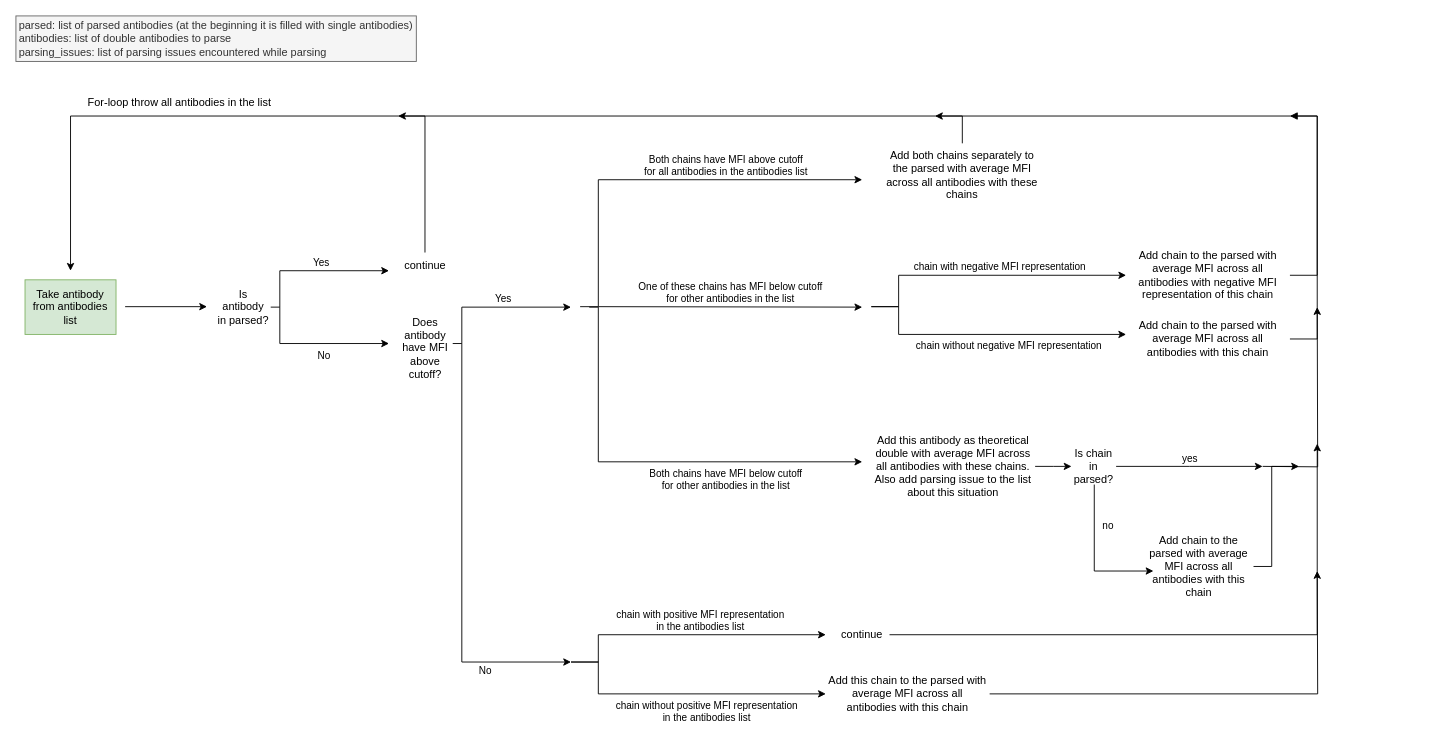
mild-blue/txmatching keeps this draw.io diagram as documentation/double_antibodies_parsing/double_antibodies_parsing_algorithm.drawio. Above is the earlier version. Source tidied: cells renumbered, new cells numbered last; positions are measured from the earlier drawing's top-left corner, leaving out a move shared by most shapes. Both pictures are drawn from the tidied source at 91%, with x=0, y=0 at pixel (15, 15).
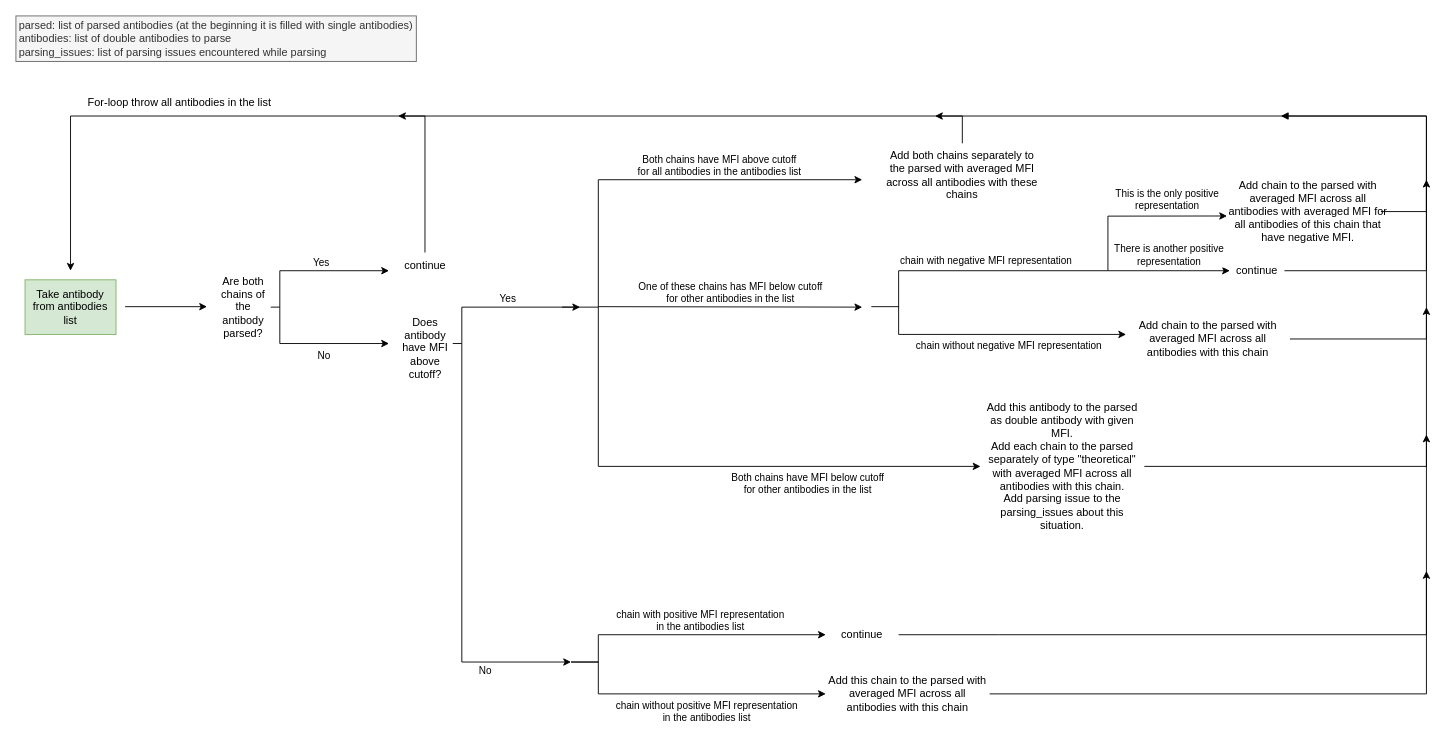
The same page after the edit.

Commit message (it also covers changes not shown here):
fix: documentation algorithm logic

Change to the diagram source:
```diff
@@
-    <mxCell id="6" value="Is antibody in parsed?" style="text;strokeColor=none;align=center;fillColor=none;html=1;verticalAlign=middle;whiteSpace=wrap;rounded=0;" parent="1" vertex="1">
+    <mxCell id="6" value="Are both chains of the antibody parsed?" style="text;strokeColor=none;align=center;fillColor=none;html=1;verticalAlign=middle;whiteSpace=wrap;rounded=0;" parent="1" vertex="1">
       <mxGeometry x="220" y="305" width="60" height="30" as="geometry" />
     </mxCell>
@@
     <mxCell id="11" value="Yes" style="endArrow=classic;html=1;rounded=0;edgeStyle=elbowEdgeStyle;exitX=1;exitY=0.5;exitDx=0;exitDy=0;align=left;verticalAlign=bottom;" parent="1" edge="1">
       <mxGeometry relative="1" as="geometry">
         <mxPoint x="480" y="360" as="sourcePoint" />
-        <mxPoint x="610" y="320" as="targetPoint" />
+        <mxPoint x="620" y="320" as="targetPoint" />
         <Array as="points">
           <mxPoint x="490" y="340" />
         </Array>
       </mxGeometry>
     </mxCell>
@@
     <mxCell id="13" value="Both chains have MFI above cutoff&lt;br&gt;for all antibodies in the antibodies list" style="edgeStyle=elbowEdgeStyle;orthogonalLoop=1;jettySize=auto;html=1;rounded=0;align=center;verticalAlign=bottom;" parent="1" edge="1">
       <mxGeometry x="0.33" relative="1" as="geometry">
-        <mxPoint x="620" y="319.5" as="sourcePoint" />
+        <mxPoint x="600" y="320" as="sourcePoint" />
         <mxPoint x="930" y="180" as="targetPoint" />
         <Array as="points">
           <mxPoint x="640" y="280" />
         </Array>
       </mxGeometry>
     </mxCell>
@@
-    <mxCell id="15" value="Both chains have MFI below cutoff&lt;br&gt;for other antibodies in the list" style="edgeStyle=elbowEdgeStyle;orthogonalLoop=1;jettySize=auto;html=1;rounded=0;align=center;verticalAlign=top;" parent="1" edge="1">
+    <mxCell id="15" value="Both chains have MFI below cutoff&lt;br&gt;for other antibodies in the list" style="edgeStyle=elbowEdgeStyle;jettySize=auto;html=1;rounded=0;align=center;verticalAlign=top;entryX=0;entryY=0.5;entryDx=0;entryDy=0;" parent="1" edge="1" target="26">
       <mxGeometry x="0.36" relative="1" as="geometry">
-        <mxPoint x="630" y="320" as="sourcePoint" />
-        <mxPoint x="930" y="490" as="targetPoint" />
+        <mxPoint x="640" y="320" as="sourcePoint" />
         <Array as="points">
           <mxPoint x="640" y="380" />
         </Array>
       </mxGeometry>
     </mxCell>
@@
-    <mxCell id="17" value="Add both chains separately to the parsed with average MFI across all antibodies with these chains" style="text;strokeColor=none;align=center;fillColor=none;html=1;verticalAlign=middle;whiteSpace=wrap;rounded=0;" parent="1" vertex="1">
+    <mxCell id="17" value="Add both chains separately to the parsed with averaged MFI across all antibodies with these chains" style="text;strokeColor=none;align=center;fillColor=none;html=1;verticalAlign=middle;whiteSpace=wrap;rounded=0;" parent="1" vertex="1">
       <mxGeometry x="950" y="150" width="180" height="50" as="geometry" />
     </mxCell>
-    <mxCell id="18" value="chain with negative MFI representation" style="edgeStyle=elbowEdgeStyle;jettySize=auto;html=1;rounded=0;align=center;verticalAlign=bottom;entryX=0;entryY=0.5;entryDx=0;entryDy=0;" parent="1" edge="1" target="23">
-      <mxGeometry x="0.11" relative="1" as="geometry">
-        <mxPoint x="940" y="319.5" as="sourcePoint" />
-        <Array as="points">
-          <mxPoint x="970" y="300" />
-        </Array>
-      </mxGeometry>
-    </mxCell>
     <mxCell id="19" style="edgeStyle=elbowEdgeStyle;rounded=0;jettySize=auto;html=1;endArrow=classic;endFill=1;exitX=1;exitY=0.5;exitDx=0;exitDy=0;" parent="1" edge="1" source="20">
       <mxGeometry relative="1" as="geometry">
         <mxPoint x="1010" y="110" as="targetPoint" />
         <Array as="points">
+          <mxPoint x="1550" y="250" />
           <mxPoint x="1430" y="180" />
         </Array>
       </mxGeometry>
     </mxCell>
-    <mxCell id="20" value="Add chain to the parsed with average MFI across all antibodies with this chain" style="text;strokeColor=none;align=center;fillColor=none;html=1;verticalAlign=middle;whiteSpace=wrap;rounded=0;" parent="1" vertex="1">
+    <mxCell id="20" value="Add chain to the parsed with averaged MFI across all antibodies with this chain" style="text;strokeColor=none;align=center;fillColor=none;html=1;verticalAlign=middle;whiteSpace=wrap;rounded=0;" parent="1" vertex="1">
       <mxGeometry x="1220" y="330" width="180" height="50" as="geometry" />
     </mxCell>
@@
-    <mxCell id="22" style="edgeStyle=elbowEdgeStyle;rounded=0;jettySize=auto;html=1;exitX=1;exitY=0.5;exitDx=0;exitDy=0;endArrow=block;endFill=1;" parent="1" edge="1" source="23">
+    <mxCell id="22" style="edgeStyle=elbowEdgeStyle;rounded=0;orthogonalLoop=1;jettySize=auto;html=1;endArrow=block;endFill=1;" parent="1" edge="1">
       <mxGeometry relative="1" as="geometry">
-        <mxPoint x="1400" y="110" as="targetPoint" />
+        <mxPoint x="1500" y="215" as="sourcePoint" />
+        <mxPoint x="1390" y="110" as="targetPoint" />
         <Array as="points">
-          <mxPoint x="1430" y="250" />
+          <mxPoint x="1550" y="140" />
+          <mxPoint x="1430" y="180" />
         </Array>
       </mxGeometry>
     </mxCell>
-    <mxCell id="23" value="Add chain to the parsed with average MFI across all antibodies with negative MFI representation of this chain" style="text;strokeColor=none;align=center;fillColor=none;html=1;verticalAlign=middle;whiteSpace=wrap;rounded=0;" parent="1" vertex="1">
-      <mxGeometry x="1220" y="260" width="180" height="50" as="geometry" />
+    <mxCell id="23" value="Add chain to the parsed with averaged MFI across all antibodies with averaged MFI for all antibodies of this chain that have negative MFI." style="text;strokeColor=none;align=center;fillColor=none;html=1;verticalAlign=middle;whiteSpace=wrap;rounded=0;" parent="1" vertex="1">
+      <mxGeometry x="1330" y="190" width="180" height="50" as="geometry" />
     </mxCell>
-    <mxCell id="24" style="edgeStyle=orthogonalEdgeStyle;rounded=0;orthogonalLoop=1;jettySize=auto;html=1;endArrow=classic;endFill=1;" parent="1" edge="1">
+    <mxCell id="24" style="edgeStyle=orthogonalEdgeStyle;rounded=0;jettySize=auto;html=1;endArrow=classic;endFill=1;exitX=1;exitY=0.5;exitDx=0;exitDy=0;" parent="1" edge="1" source="26">
       <mxGeometry relative="1" as="geometry">
-        <mxPoint x="1370" y="495" as="sourcePoint" />
-        <mxPoint x="1430" y="320" as="targetPoint" />
+        <mxPoint x="1550" y="320" as="targetPoint" />
+        <Array as="points">
+          <mxPoint x="1550" y="495" />
+          <mxPoint x="1550" y="320" />
+        </Array>
       </mxGeometry>
     </mxCell>
-    <mxCell id="25" style="edgeStyle=orthogonalEdgeStyle;rounded=0;jettySize=auto;html=1;exitX=1;exitY=0.5;exitDx=0;exitDy=0;" parent="1" edge="1" source="26">
-      <mxGeometry relative="1" as="geometry">
-        <mxPoint x="1160" y="495" as="targetPoint" />
-      </mxGeometry>
-    </mxCell>
-    <mxCell id="26" value="Add this antibody as theoretical double with average MFI across all antibodies with these chains.&lt;br&gt;Also add parsing issue to the list about this situation" style="text;strokeColor=none;align=center;fillColor=none;html=1;verticalAlign=middle;whiteSpace=wrap;rounded=0;" parent="1" vertex="1">
-      <mxGeometry x="940" y="460" width="180" height="70" as="geometry" />
+    <mxCell id="26" value="Add this antibody to the parsed as double antibody with given MFI.&lt;br&gt;Add each chain to the parsed separately of type &quot;theoretical&quot; with averaged MFI across all antibodies with this chain.&lt;br&gt;Add parsing issue to the parsing_issues about this situation." style="text;strokeColor=none;align=center;fillColor=none;html=1;verticalAlign=middle;whiteSpace=wrap;rounded=0;" parent="1" vertex="1">
+      <mxGeometry x="1060" y="460" width="180" height="70" as="geometry" />
     </mxCell>
@@
     <mxCell id="29" style="edgeStyle=orthogonalEdgeStyle;rounded=0;orthogonalLoop=1;jettySize=auto;html=1;" parent="1" edge="1">
       <mxGeometry relative="1" as="geometry">
-        <mxPoint x="960" y="680" as="sourcePoint" />
-        <mxPoint x="1430" y="470" as="targetPoint" />
+        <mxPoint x="970" y="680" as="sourcePoint" />
+        <mxPoint x="1550" y="460" as="targetPoint" />
         <Array as="points">
-          <mxPoint x="1430" y="680" />
+          <mxPoint x="1080" y="680" />
+          <mxPoint x="1550" y="680" />
         </Array>
       </mxGeometry>
     </mxCell>
@@
     <mxCell id="31" style="edgeStyle=orthogonalEdgeStyle;rounded=0;jettySize=auto;html=1;" parent="1" edge="1" source="32">
       <mxGeometry relative="1" as="geometry">
-        <mxPoint x="1430" y="610" as="targetPoint" />
+        <mxPoint x="1550" y="610" as="targetPoint" />
+        <Array as="points">
+          <mxPoint x="1550" y="745" />
+          <mxPoint x="1550" y="610" />
+        </Array>
       </mxGeometry>
     </mxCell>
-    <mxCell id="32" value="Add this chain to the parsed with average MFI across all antibodies with this chain" style="text;strokeColor=none;align=center;fillColor=none;html=1;verticalAlign=middle;whiteSpace=wrap;rounded=0;" parent="1" vertex="1">
+    <mxCell id="32" value="Add this chain to the parsed&amp;nbsp;with averaged MFI across all antibodies with this chain" style="text;strokeColor=none;align=center;fillColor=none;html=1;verticalAlign=middle;whiteSpace=wrap;rounded=0;" parent="1" vertex="1">
       <mxGeometry x="890" y="720" width="180" height="50" as="geometry" />
     </mxCell>
@@
-    <mxCell id="34" value="yes" style="edgeStyle=orthogonalEdgeStyle;rounded=0;jettySize=auto;html=1;verticalAlign=bottom;" parent="1" edge="1" source="36">
-      <mxGeometry relative="1" as="geometry">
-        <mxPoint x="1370" y="495" as="targetPoint" />
-      </mxGeometry>
-    </mxCell>
-    <mxCell id="35" value="no" style="edgeStyle=elbowEdgeStyle;rounded=0;jettySize=auto;html=1;verticalAlign=middle;" parent="1" edge="1" source="36">
-      <mxGeometry x="-0.44" y="15" relative="1" as="geometry">
-        <mxPoint x="1250" y="610" as="targetPoint" />
-        <Array as="points">
-          <mxPoint x="1185" y="560" />
-        </Array>
-      </mxGeometry>
-    </mxCell>
-    <mxCell id="36" value="Is chain in parsed?" style="text;strokeColor=none;align=center;fillColor=none;html=1;verticalAlign=middle;whiteSpace=wrap;rounded=0;" parent="1" vertex="1">
-      <mxGeometry x="1160" y="475" width="49" height="40" as="geometry" />
-    </mxCell>
-    <mxCell id="37" style="edgeStyle=elbowEdgeStyle;rounded=0;jettySize=auto;html=1;" parent="1" edge="1" source="38">
-      <mxGeometry relative="1" as="geometry">
-        <mxPoint x="1410" y="495" as="targetPoint" />
-        <Array as="points">
-          <mxPoint x="1380" y="550" />
-        </Array>
-      </mxGeometry>
-    </mxCell>
-    <mxCell id="38" value="Add chain to the parsed with average MFI across all antibodies with this chain" style="text;strokeColor=none;align=center;fillColor=none;html=1;verticalAlign=middle;whiteSpace=wrap;rounded=0;" parent="1" vertex="1">
-      <mxGeometry x="1240" y="580" width="120" height="50" as="geometry" />
-    </mxCell>
+    <mxCell id="39" style="endArrow=none;html=1;rounded=0;" parent="1" edge="1">
+      <mxGeometry relative="1" as="geometry">
+        <mxPoint x="970" y="320" as="sourcePoint" />
+        <mxPoint x="1200" y="280" as="targetPoint" />
+        <Array as="points">
+          <mxPoint x="970" y="280" />
+        </Array>
+      </mxGeometry>
+    </mxCell>
+    <mxCell id="18" value="&lt;span style=&quot;color: rgb(0, 0, 0); font-family: Helvetica; font-size: 11px; font-style: normal; font-variant-ligatures: normal; font-variant-caps: normal; font-weight: 400; letter-spacing: normal; orphans: 2; text-align: center; text-indent: 0px; text-transform: none; widows: 2; word-spacing: 0px; -webkit-text-stroke-width: 0px; background-color: rgb(255, 255, 255); text-decoration-thickness: initial; text-decoration-style: initial; text-decoration-color: initial; float: none; display: inline !important;&quot;&gt;chain with negative MFI representation&lt;/span&gt;" style="text;whiteSpace=wrap;html=1;" parent="1" vertex="1">
+      <mxGeometry x="970" y="255" width="220" height="40" as="geometry" />
+    </mxCell>
+    <mxCell id="40" style="endArrow=classic;html=1;rounded=0;entryX=0.005;entryY=0.597;entryDx=0;entryDy=0;entryPerimeter=0;" parent="1" edge="1" target="23">
+      <mxGeometry relative="1" as="geometry">
+        <mxPoint x="1200" y="280" as="sourcePoint" />
+        <Array as="points">
+          <mxPoint x="1200" y="220" />
+        </Array>
+      </mxGeometry>
+    </mxCell>
+    <mxCell id="41" value="This is the only positive&lt;br&gt;representation" style="edgeLabel;html=1;align=center;verticalAlign=middle;" parent="40" vertex="1">
+      <mxGeometry x="-0.04" y="1" relative="1" as="geometry">
+        <mxPoint x="33" y="-17" as="offset" />
+      </mxGeometry>
+    </mxCell>
+    <mxCell id="42" style="endArrow=classic;html=1;rounded=0;entryX=0;entryY=0.5;entryDx=0;entryDy=0;" parent="1" edge="1" target="44">
+      <mxGeometry relative="1" as="geometry">
+        <mxPoint x="1200" y="280" as="sourcePoint" />
+      </mxGeometry>
+    </mxCell>
+    <mxCell id="43" value="There is another positive&lt;br&gt;representation" style="edgeLabel;html=1;align=center;verticalAlign=middle;" parent="1" vertex="1">
+      <mxGeometry x="1266" y="262" as="geometry" />
+    </mxCell>
+    <mxCell id="44" value="continue" style="text;strokeColor=none;align=center;fillColor=none;html=1;verticalAlign=middle;whiteSpace=wrap;rounded=0;" parent="1" vertex="1">
+      <mxGeometry x="1334" y="260" width="60" height="40" as="geometry" />
+    </mxCell>
+    <mxCell id="45" style="endArrow=classic;html=1;rounded=0;exitX=1;exitY=0.5;exitDx=0;exitDy=0;" parent="1" edge="1" source="44">
+      <mxGeometry relative="1" as="geometry">
+        <mxPoint x="1550" y="180" as="targetPoint" />
+        <Array as="points">
+          <mxPoint x="1550" y="280" />
+        </Array>
+      </mxGeometry>
+    </mxCell>
```
